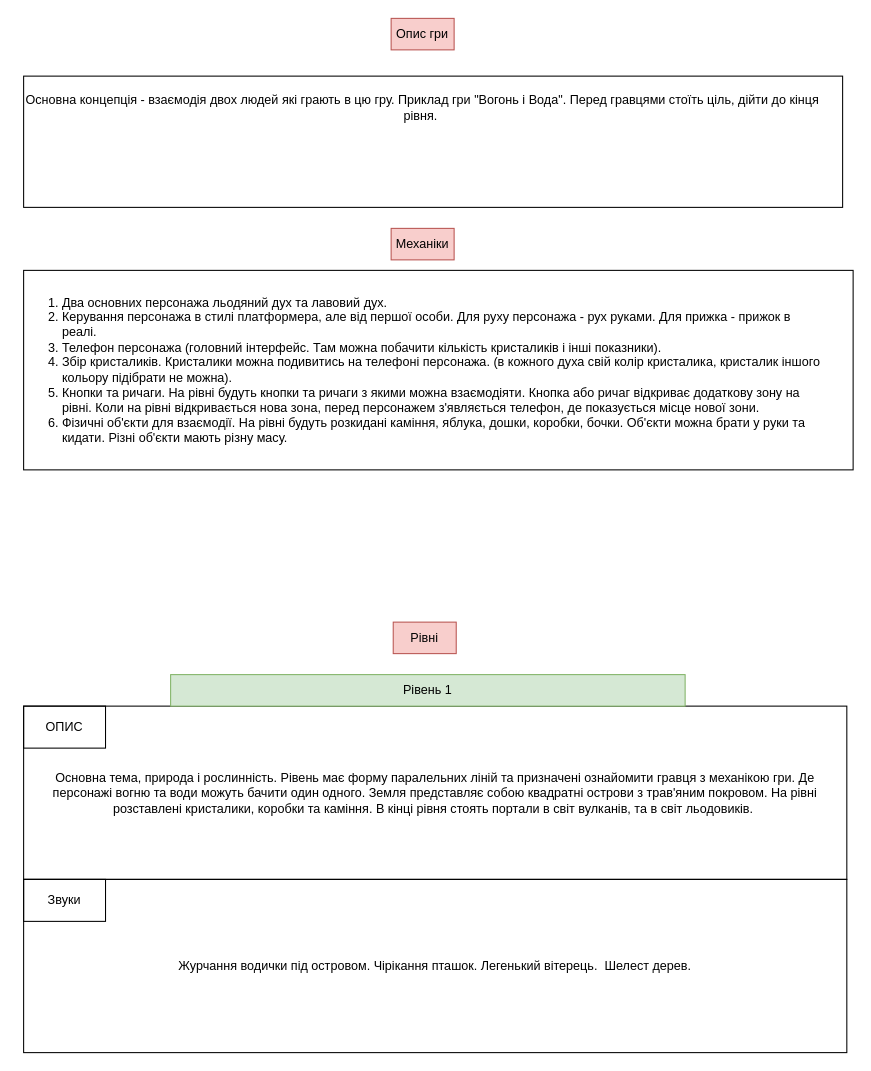
This is page "Lore" (2 of 2) of Assets/Design Document/Design Document.drawio from NSmocker/Lava-and-Ice, a draw.io file, before an edit. Source tidied: cells renumbered, new cells numbered last; positions are measured from the earlier drawing's top-left corner, leaving out a move shared by most shapes. Both pictures are drawn from the tidied source at 105%, with x=0, y=0 at pixel (18, 18).
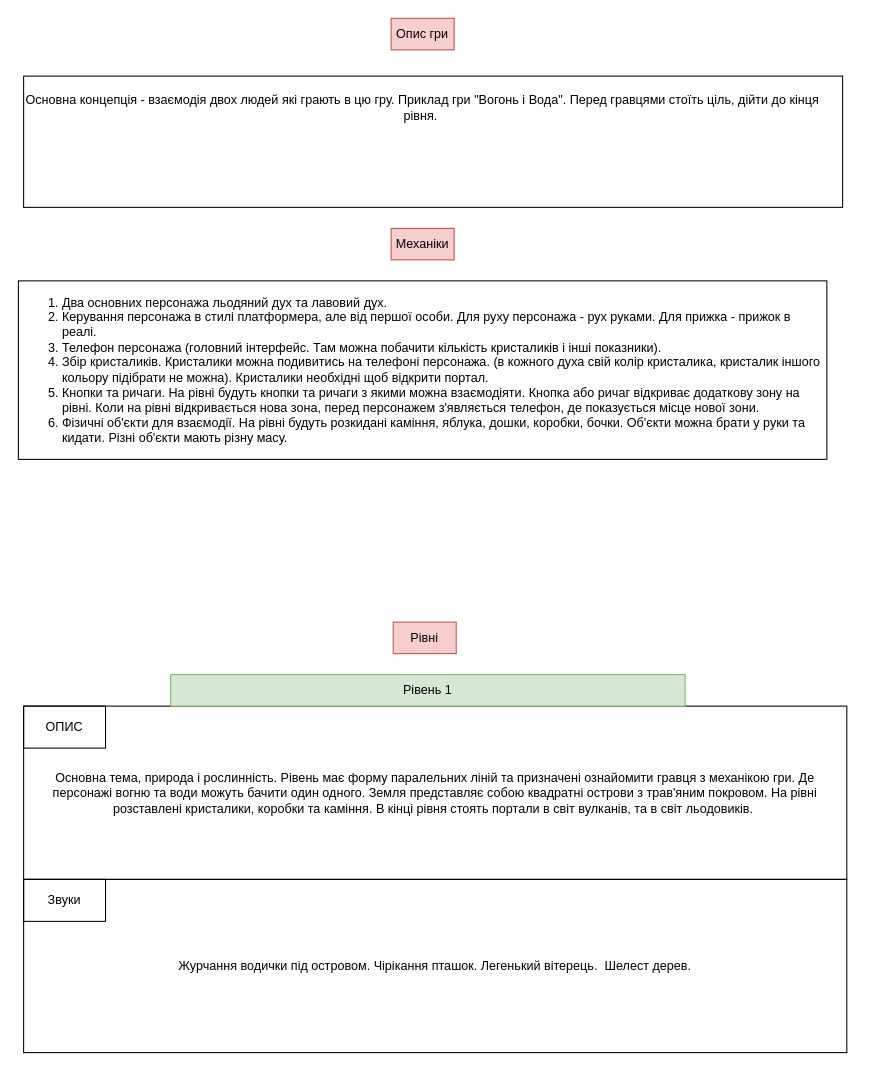
Above is the later version.

Diff of the diagram source:
```diff
@@
 <mxGraphModel>
   <root>
     <mxCell id="0" />
     <mxCell id="1" parent="0" />
     <mxCell id="2" value="Опис гри&lt;br&gt;" style="text;html=1;strokeColor=#b85450;fillColor=#f8cecc;align=center;verticalAlign=middle;whiteSpace=wrap;rounded=0;" parent="1" vertex="1">
       <mxGeometry x="355" width="60" height="30" as="geometry" />
     </mxCell>
     <mxCell id="3" value="Основна концепція - взаємодія двох людей які грають в цю гру. Приклад гри &quot;Вогонь і Вода&quot;. Перед гравцями стоїть ціль, дійти до кінця рівня.&amp;nbsp;" style="text;html=1;strokeColor=none;fillColor=none;align=center;verticalAlign=middle;whiteSpace=wrap;rounded=0;" parent="1" vertex="1">
       <mxGeometry y="40" width="770" height="90" as="geometry" />
     </mxCell>
     <mxCell id="4" style="rounded=0;whiteSpace=wrap;html=1;fillColor=none;" parent="1" vertex="1">
       <mxGeometry x="5" y="55" width="780" height="125" as="geometry" />
     </mxCell>
     <mxCell id="5" value="Механіки" style="text;html=1;strokeColor=#b85450;fillColor=#f8cecc;align=center;verticalAlign=middle;whiteSpace=wrap;rounded=0;" parent="1" vertex="1">
       <mxGeometry x="355" y="200" width="60" height="30" as="geometry" />
     </mxCell>
-    <mxCell id="6" value="&lt;ol&gt;&lt;li&gt;Два основних персонажа льодяний дух та лавовий дух.&amp;nbsp;&lt;/li&gt;&lt;li&gt;Керування персонажа в стилі платформера, але від першої особи. Для руху персонажа - рух руками. Для прижка - прижок в реалі.&lt;/li&gt;&lt;li&gt;Телефон персонажа (головний інтерфейс. Там можна побачити кількість кристаликів і інші показники).&lt;/li&gt;&lt;li&gt;Збір кристаликів. Кристалики можна подивитись на телефоні персонажа. (в кожного духа свій колір кристалика, кристалик іншого кольору підібрати не можна).&lt;/li&gt;&lt;li&gt;Кнопки та ричаги. На рівні будуть кнопки та ричаги з якими можна взаємодіяти. Кнопка або ричаг відкриває додаткову зону на рівні. Коли на рівні відкривається нова зона, перед персонажем з'являється телефон, де показується місце нової зони.&lt;/li&gt;&lt;li&gt;Фізичні об'єкти для взаємодії. На рівні будуть розкидані каміння, яблука, дошки, коробки, бочки. Об'єкти можна брати у руки та кидати. Різні об'єкти мають різну масу.&lt;/li&gt;&lt;/ol&gt;" style="text;html=1;strokeColor=none;fillColor=none;align=left;verticalAlign=middle;whiteSpace=wrap;rounded=0;" parent="1" vertex="1">
+    <mxCell id="6" value="&lt;ol&gt;&lt;li&gt;Два основних персонажа льодяний дух та лавовий дух.&amp;nbsp;&lt;/li&gt;&lt;li&gt;Керування персонажа в стилі платформера, але від першої особи. Для руху персонажа - рух руками. Для прижка - прижок в реалі.&lt;/li&gt;&lt;li&gt;Телефон персонажа (головний інтерфейс. Там можна побачити кількість кристаликів і інші показники).&lt;/li&gt;&lt;li&gt;Збір кристаликів. Кристалики можна подивитись на телефоні персонажа. (в кожного духа свій колір кристалика, кристалик іншого кольору підібрати не можна). Кристалики необхідні щоб відкрити портал.&lt;/li&gt;&lt;li&gt;Кнопки та ричаги. На рівні будуть кнопки та ричаги з якими можна взаємодіяти. Кнопка або ричаг відкриває додаткову зону на рівні. Коли на рівні відкривається нова зона, перед персонажем з'являється телефон, де показується місце нової зони.&lt;/li&gt;&lt;li&gt;Фізичні об'єкти для взаємодії. На рівні будуть розкидані каміння, яблука, дошки, коробки, бочки. Об'єкти можна брати у руки та кидати. Різні об'єкти мають різну масу.&lt;/li&gt;&lt;/ol&gt;" style="text;html=1;strokeColor=default;fillColor=none;align=left;verticalAlign=middle;whiteSpace=wrap;rounded=0;" parent="1" vertex="1">
       <mxGeometry y="250" width="770" height="170" as="geometry" />
     </mxCell>
-    <mxCell id="7" style="rounded=0;whiteSpace=wrap;html=1;fillColor=none;" parent="1" vertex="1">
-      <mxGeometry x="5" y="240" width="790" height="190" as="geometry" />
-    </mxCell>
     <mxCell id="8" value="Рівні" style="text;html=1;strokeColor=#b85450;fillColor=#f8cecc;align=center;verticalAlign=middle;whiteSpace=wrap;rounded=0;" parent="1" vertex="1">
       <mxGeometry x="357" y="575" width="60" height="30" as="geometry" />
     </mxCell>
     <mxCell id="9" value="Основна тема, природа і рослинність. Рівень має форму паралельних ліній та призначені ознайомити гравця з механікою гри. Де персонажі вогню та води можуть бачити один одного. Земля представляє собою квадратні острови з трав'яним покровом. На рівні розставлені кристалики, коробки та каміння. В кінці рівня стоять портали в світ вулканів, та в світ льодовиків.&amp;nbsp;" style="rounded=0;whiteSpace=wrap;html=1;fillColor=none;" parent="1" vertex="1">
       <mxGeometry x="5" y="655" width="784" height="165" as="geometry" />
     </mxCell>
     <mxCell id="10" value="Рівень 1" style="text;html=1;strokeColor=#82b366;fillColor=#d5e8d4;align=center;verticalAlign=middle;whiteSpace=wrap;rounded=0;" parent="1" vertex="1">
       <mxGeometry x="145" y="625" width="490" height="30" as="geometry" />
     </mxCell>
     <mxCell id="11" value="ОПИС" style="rounded=0;whiteSpace=wrap;html=1;fillColor=none;" parent="1" vertex="1">
       <mxGeometry x="5" y="655" width="78" height="40" as="geometry" />
     </mxCell>
     <mxCell id="12" value="Журчання водички під островом. Чірікання пташок. Легенький вітерець.&amp;nbsp; Шелест дерев." style="rounded=0;whiteSpace=wrap;html=1;fillColor=none;" parent="1" vertex="1">
       <mxGeometry x="5" y="820" width="784" height="165" as="geometry" />
     </mxCell>
     <mxCell id="13" value="Звуки" style="rounded=0;whiteSpace=wrap;html=1;fillColor=none;" parent="1" vertex="1">
       <mxGeometry x="5" y="820" width="78" height="40" as="geometry" />
     </mxCell>
   </root>
 </mxGraphModel>
```
